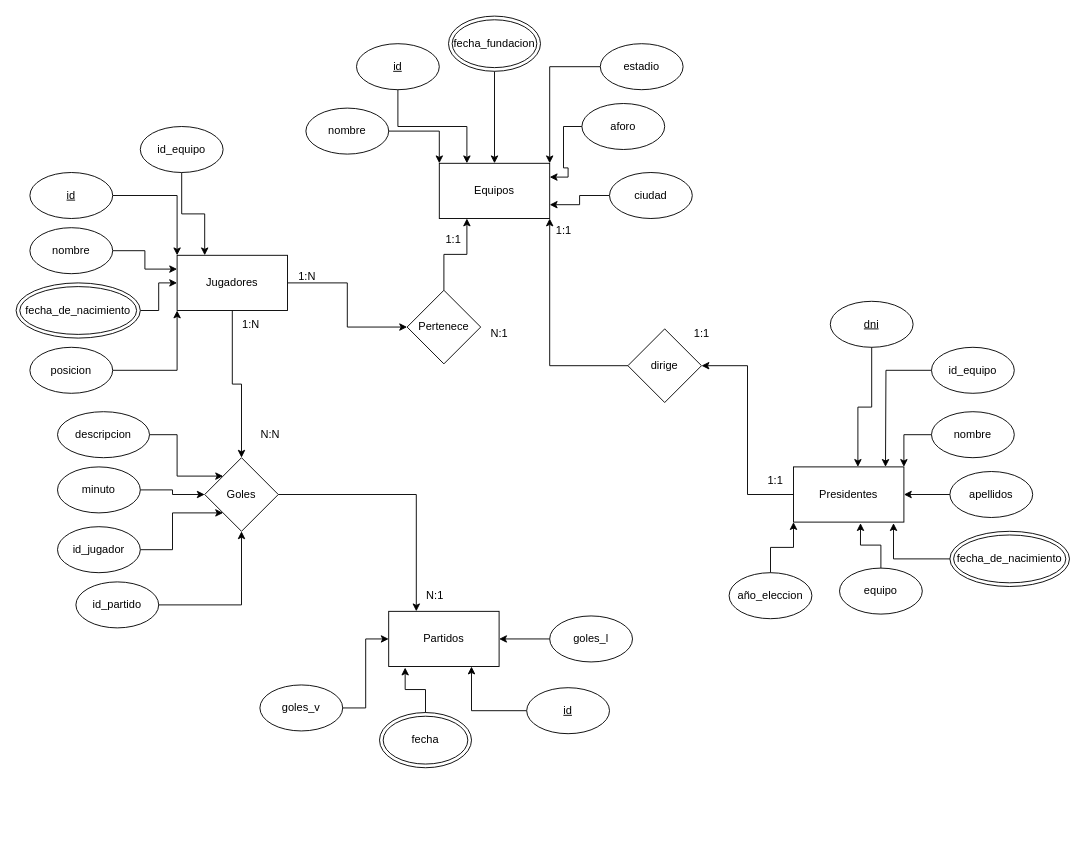
FacuScaine/Underground-Pruebas keeps this draw.io diagram as ejercicio7.drawio. Above is the earlier version. Source tidied: cells renumbered, new cells numbered last; positions are measured from the earlier drawing's top-left corner, leaving out a move shared by most shapes. Both pictures are drawn from the tidied source at 92%, with x=0, y=0 at pixel (16, 16).
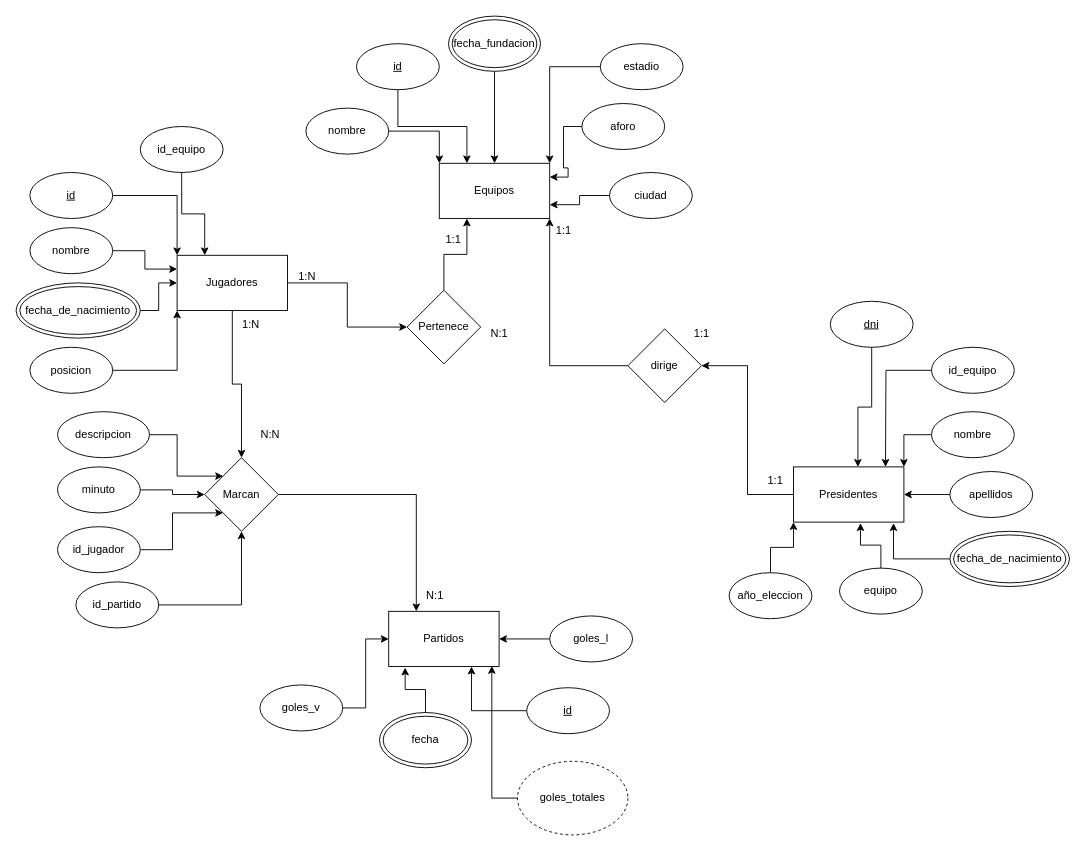
Above is the later version.

The change refers to these unchanged cells:
```xml
<mxCell id="6" value="Partidos" style="whiteSpace=wrap;html=1;" parent="1" vertex="1">
  <mxGeometry x="405" y="647" width="120" height="60" as="geometry" />
</mxCell>
```

What changed in the source:
```diff
@@
-    <mxCell id="54" value="Goles" style="rhombus;whiteSpace=wrap;html=1;" parent="1" vertex="1">
+    <mxCell id="54" value="Marcan" style="rhombus;whiteSpace=wrap;html=1;" parent="1" vertex="1">
       <mxGeometry x="205" y="480" width="80" height="80" as="geometry" />
     </mxCell>
@@
+    <mxCell id="76" value="goles_totales" style="ellipse;whiteSpace=wrap;html=1;dashed=1;" parent="1" vertex="1">
+      <mxGeometry x="545" y="810" width="120" height="80" as="geometry" />
+    </mxCell>
+    <mxCell id="77" style="edgeStyle=orthogonalEdgeStyle;rounded=0;jettySize=auto;html=1;entryX=0.934;entryY=0.989;entryDx=0;entryDy=0;entryPerimeter=0;" parent="1" edge="1" source="76" target="6">
+      <mxGeometry relative="1" as="geometry" />
+    </mxCell>
```
